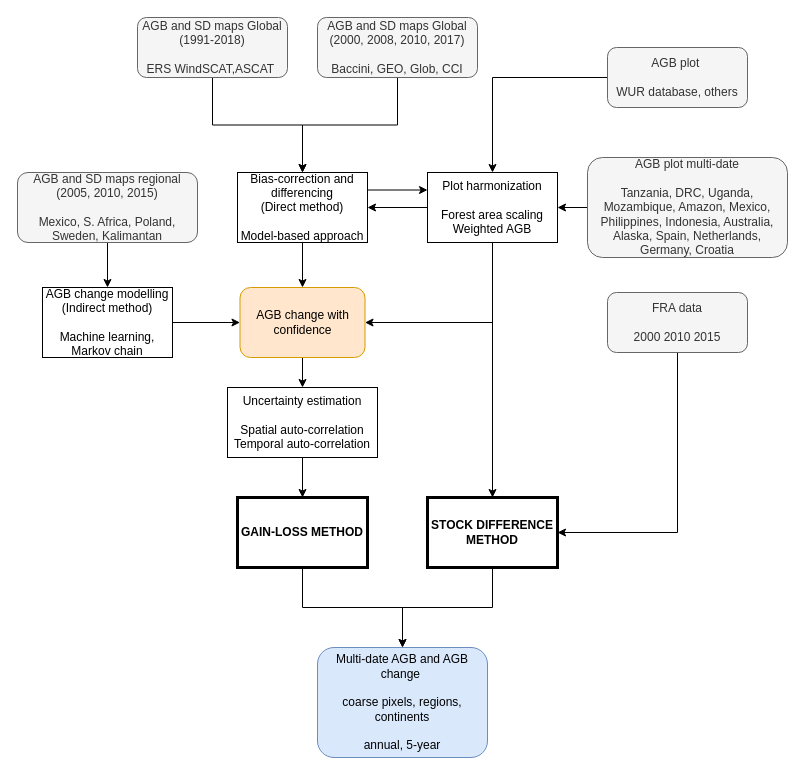
arnanaraza/diagrams keeps this draw.io diagram as Biomass change.drawio. Above is the earlier version. Source tidied: cells renumbered, new cells numbered last; positions are measured from the earlier drawing's top-left corner, leaving out a move shared by most shapes. Both pictures are drawn from the tidied source at 100%, with x=0, y=0 at pixel (17, 17).
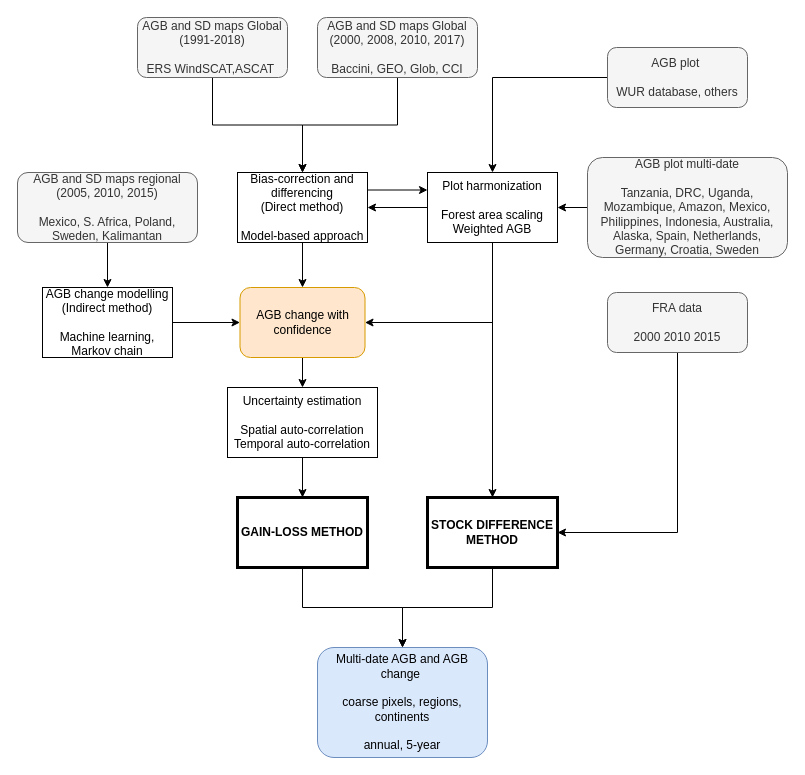
Above is the later version.

What changed in the source:
```diff
@@
-    <mxCell id="13" value="AGB plot multi-date&lt;br&gt;&lt;br&gt;Tanzania, DRC, Uganda, Mozambique, Amazon, Mexico, Philippines, Indonesia, Australia, Alaska, Spain, Netherlands, Germany, Croatia" style="rounded=1;whiteSpace=wrap;html=1;fillColor=#f5f5f5;strokeColor=#666666;fontColor=#333333;" parent="1" vertex="1">
+    <mxCell id="13" value="AGB plot multi-date&lt;br&gt;&lt;br&gt;Tanzania, DRC, Uganda, Mozambique, Amazon, Mexico, Philippines, Indonesia, Australia, Alaska, Spain, Netherlands, Germany, Croatia, Sweden" style="rounded=1;whiteSpace=wrap;html=1;fillColor=#f5f5f5;strokeColor=#666666;fontColor=#333333;" parent="1" vertex="1">
       <mxGeometry x="570" y="140" width="200" height="100" as="geometry" />
     </mxCell>
```
